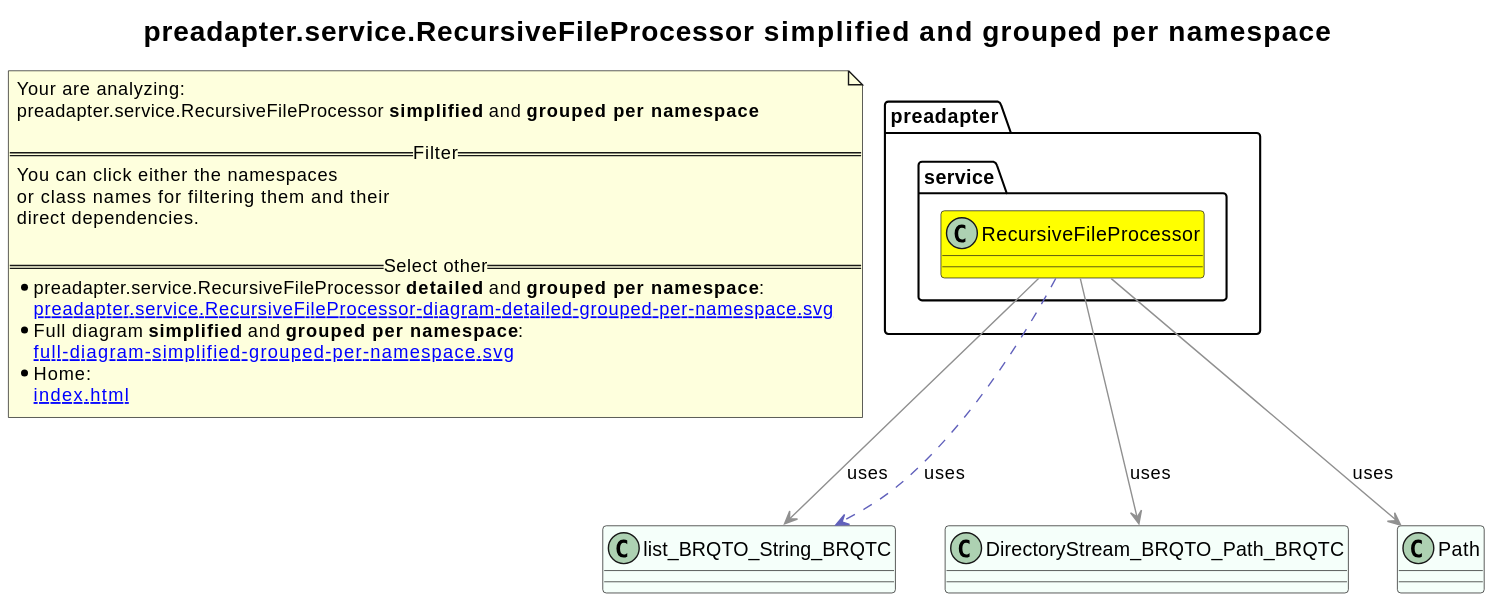
The PlantUML diagram revenger-java-adapter.out/preadapter.service.RecursiveFileProcessor-diagram-simplified-grouped-per-namespace.svg in 2BlackCoffees/revenger, before a commit. Source of this version:
```plantuml
@startuml
title <size:20>preadapter.service.RecursiveFileProcessor **simplified** and **grouped per namespace**</size>
note "Your are analyzing:\npreadapter.service.RecursiveFileProcessor **simplified** and **grouped per namespace**\n\n==Filter==\nYou can click either the namespaces \nor class names for filtering them and their\ndirect dependencies.\n\n==Select other==\n* preadapter.service.RecursiveFileProcessor **detailed** and **grouped per namespace**:\n   [[preadapter.service.RecursiveFileProcessor-diagram-detailed-grouped-per-namespace.svg]]\n* Full diagram **simplified** and **grouped per namespace**:\n   [[full-diagram-simplified-grouped-per-namespace.svg]]\n* Home:\n   [[index.html]]" as FloatingNote
class list_BRQTO_String_BRQTC [[list_BRQTO_String_BRQTC-diagram-simplified-grouped-per-namespace.svg]] #MintCream {
}
class DirectoryStream_BRQTO_Path_BRQTC [[DirectoryStream_BRQTO_Path_BRQTC-diagram-simplified-grouped-per-namespace.svg]] #MintCream {
}
class Path [[Path-diagram-simplified-grouped-per-namespace.svg]] #MintCream {
}
namespace preadapter [[preadapter-diagram-simplified-grouped-per-namespace.svg]] {
namespace preadapter.service [[preadapter.service-diagram-simplified-grouped-per-namespace.svg]] {
  class preadapter.service.RecursiveFileProcessor [[preadapter.service.RecursiveFileProcessor-diagram-simplified-grouped-per-namespace.svg]] #yellow {
  }
}
}
preadapter.service.RecursiveFileProcessor -[#909090]-> list_BRQTO_String_BRQTC  : uses
preadapter.service.RecursiveFileProcessor .[#6060BB].> list_BRQTO_String_BRQTC  : uses
preadapter.service.RecursiveFileProcessor -[#909090]-> DirectoryStream_BRQTO_Path_BRQTC  : uses
preadapter.service.RecursiveFileProcessor -[#909090]-> Path  : uses
@enduml
```
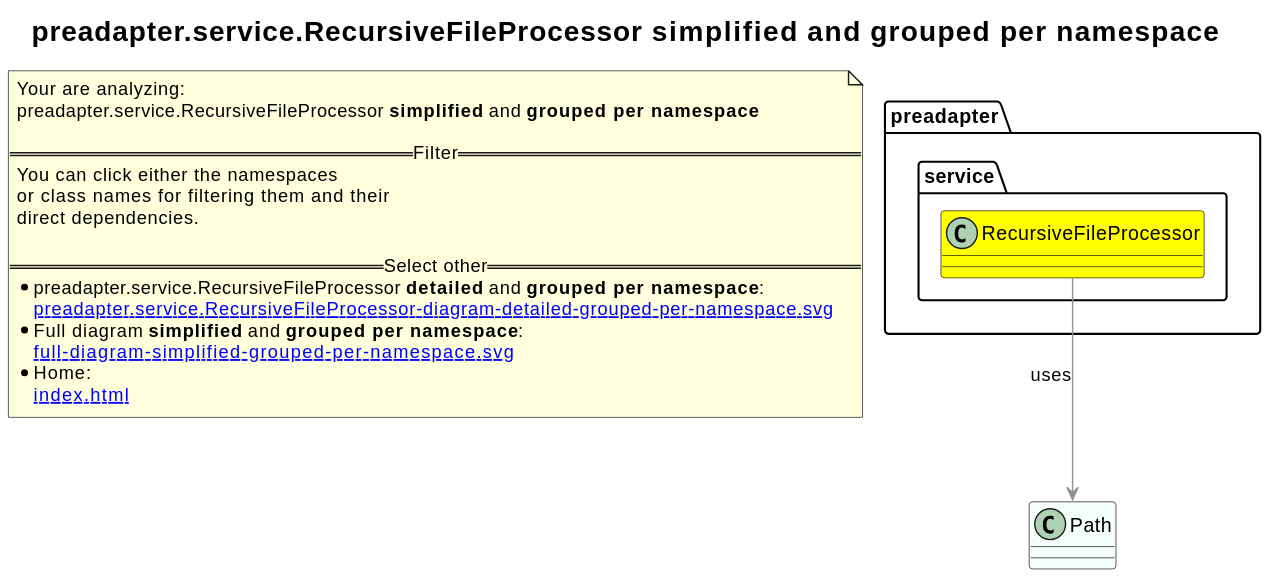
The same file after the commit.

Change to the diagram source:
```diff
@@ -1,10 +1,7 @@
 @startuml
+skinparam linetype ortho
 title <size:20>preadapter.service.RecursiveFileProcessor **simplified** and **grouped per namespace**</size>
 note "Your are analyzing:\npreadapter.service.RecursiveFileProcessor **simplified** and **grouped per namespace**\n\n==Filter==\nYou can click either the namespaces \nor class names for filtering them and their\ndirect dependencies.\n\n==Select other==\n* preadapter.service.RecursiveFileProcessor **detailed** and **grouped per namespace**:\n   [[preadapter.service.RecursiveFileProcessor-diagram-detailed-grouped-per-namespace.svg]]\n* Full diagram **simplified** and **grouped per namespace**:\n   [[full-diagram-simplified-grouped-per-namespace.svg]]\n* Home:\n   [[index.html]]" as FloatingNote
-class list_BRQTO_String_BRQTC [[list_BRQTO_String_BRQTC-diagram-simplified-grouped-per-namespace.svg]] #MintCream {
-}
-class DirectoryStream_BRQTO_Path_BRQTC [[DirectoryStream_BRQTO_Path_BRQTC-diagram-simplified-grouped-per-namespace.svg]] #MintCream {
-}
 class Path [[Path-diagram-simplified-grouped-per-namespace.svg]] #MintCream {
 }
 namespace preadapter [[preadapter-diagram-simplified-grouped-per-namespace.svg]] {
@@ -13,8 +10,5 @@
   }
 }
 }
-preadapter.service.RecursiveFileProcessor -[#909090]-> list_BRQTO_String_BRQTC  : uses
-preadapter.service.RecursiveFileProcessor .[#6060BB].> list_BRQTO_String_BRQTC  : uses
-preadapter.service.RecursiveFileProcessor -[#909090]-> DirectoryStream_BRQTO_Path_BRQTC  : uses
 preadapter.service.RecursiveFileProcessor -[#909090]-> Path  : uses
 @enduml
```
